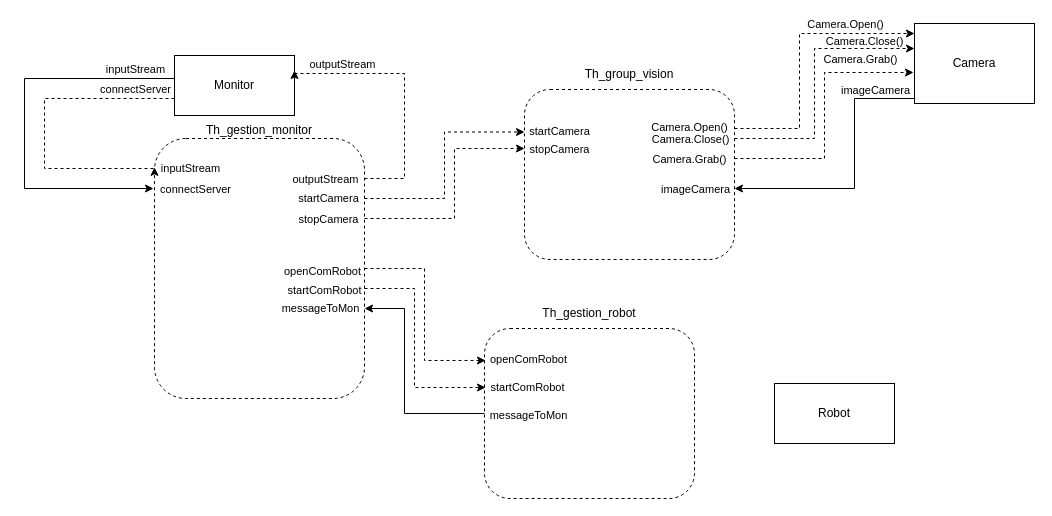
martemr/Projet_temps_reel keeps this draw.io diagram as Diagramme_fonctionnel_general.drawio. Above is the earlier version. Source tidied: cells renumbered, new cells numbered last; positions are measured from the earlier drawing's top-left corner, leaving out a move shared by most shapes. Both pictures are drawn from the tidied source at 100%, with x=0, y=0 at pixel (24, 23).
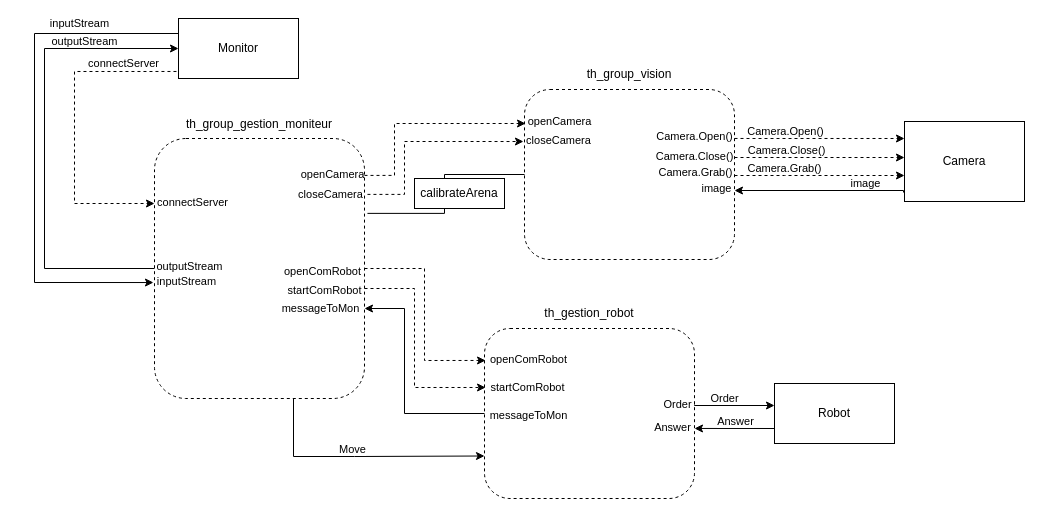
After the change.

The change refers to these unchanged cells:
```xml
<mxCell id="2" style="rounded=1;whiteSpace=wrap;html=1;dashed=1;" parent="1" vertex="1">
  <mxGeometry x="460" y="305" width="210" height="170" as="geometry" />
</mxCell>
<mxCell id="5" style="rounded=1;whiteSpace=wrap;html=1;dashed=1;" parent="1" vertex="1">
  <mxGeometry x="130" y="115" width="210" height="260" as="geometry" />
</mxCell>
<mxCell id="17" value="Robot" style="rounded=0;whiteSpace=wrap;html=1;" parent="1" vertex="1">
  <mxGeometry x="750" y="360" width="120" height="60" as="geometry" />
</mxCell>
<mxCell id="36" style="rounded=1;whiteSpace=wrap;html=1;dashed=1;" parent="1" vertex="1">
  <mxGeometry x="500" y="66" width="210" height="170" as="geometry" />
</mxCell>
```

Change to the diagram source:
```diff
@@
-    <mxCell id="6" style="edgeStyle=orthogonalEdgeStyle;rounded=0;jettySize=auto;html=1;entryX=0;entryY=0.347;entryDx=0;entryDy=0;entryPerimeter=0;dashed=1;startArrow=none;startFill=0;endArrow=classic;endFill=1;" parent="1" edge="1" source="5" target="36">
+    <mxCell id="6" style="edgeStyle=orthogonalEdgeStyle;rounded=0;jettySize=auto;html=1;entryX=-0.005;entryY=0.306;entryDx=0;entryDy=0;entryPerimeter=0;dashed=1;startArrow=none;startFill=0;endArrow=classic;endFill=1;exitX=1.014;exitY=0.215;exitDx=0;exitDy=0;exitPerimeter=0;" parent="1" edge="1" source="5" target="36">
       <mxGeometry relative="1" as="geometry">
         <Array as="points">
-          <mxPoint x="430" y="195" />
-          <mxPoint x="430" y="125" />
+          <mxPoint x="380" y="171" />
+          <mxPoint x="380" y="118" />
         </Array>
       </mxGeometry>
     </mxCell>
-    <mxCell id="7" value="&lt;div&gt;stopCamera&lt;/div&gt;" style="edgeLabel;html=1;align=center;verticalAlign=middle;" parent="6" vertex="1">
+    <mxCell id="7" value="openCamera" style="edgeLabel;html=1;align=center;verticalAlign=middle;" parent="6" vertex="1">
       <mxGeometry x="-0.24" y="-2" relative="1" as="geometry">
-        <mxPoint x="-124" y="-2" as="offset" />
+        <mxPoint x="-75" y="22" as="offset" />
       </mxGeometry>
     </mxCell>
-    <mxCell id="8" style="edgeStyle=orthogonalEdgeStyle;rounded=0;jettySize=auto;html=1;entryX=0;entryY=0.25;entryDx=0;entryDy=0;dashed=1;startArrow=none;startFill=0;endArrow=classic;endFill=1;" parent="1" edge="1" source="5" target="36">
+    <mxCell id="8" style="edgeStyle=orthogonalEdgeStyle;rounded=0;jettySize=auto;html=1;entryX=0.005;entryY=0.2;entryDx=0;entryDy=0;dashed=1;startArrow=none;startFill=0;endArrow=classic;endFill=1;exitX=1;exitY=0.142;exitDx=0;exitDy=0;exitPerimeter=0;entryPerimeter=0;" parent="1" edge="1" source="5" target="36">
       <mxGeometry relative="1" as="geometry">
         <Array as="points">
-          <mxPoint x="420" y="175" />
-          <mxPoint x="420" y="109" />
+          <mxPoint x="370" y="152" />
+          <mxPoint x="370" y="100" />
         </Array>
       </mxGeometry>
     </mxCell>
-    <mxCell id="9" value="&lt;div&gt;startCamera&lt;/div&gt;" style="edgeLabel;html=1;align=center;verticalAlign=middle;" parent="8" vertex="1">
+    <mxCell id="9" value="closeCamera" style="edgeLabel;html=1;align=center;verticalAlign=middle;" parent="8" vertex="1">
       <mxGeometry x="-0.64" y="4" relative="1" as="geometry">
-        <mxPoint x="-78" y="3" as="offset" />
+        <mxPoint x="-61" y="27" as="offset" />
       </mxGeometry>
     </mxCell>
@@
-    <mxCell id="12" style="edgeStyle=orthogonalEdgeStyle;rounded=0;jettySize=auto;html=1;entryX=0;entryY=0.111;entryDx=0;entryDy=0;startArrow=none;startFill=0;endArrow=classic;endFill=1;dashed=1;entryPerimeter=0;" parent="1" edge="1" source="16" target="5">
+    <mxCell id="12" style="edgeStyle=orthogonalEdgeStyle;rounded=0;jettySize=auto;html=1;entryX=0;entryY=0.25;entryDx=0;entryDy=0;startArrow=none;startFill=0;endArrow=classic;endFill=1;dashed=1;exitX=-0.017;exitY=0.883;exitDx=0;exitDy=0;exitPerimeter=0;" parent="1" edge="1" source="16" target="5">
       <mxGeometry relative="1" as="geometry">
         <Array as="points">
-          <mxPoint x="20" y="75" />
-          <mxPoint x="20" y="145" />
+          <mxPoint x="50" y="48" />
+          <mxPoint x="50" y="180" />
         </Array>
       </mxGeometry>
     </mxCell>
     <mxCell id="13" value="connectServer" style="edgeLabel;html=1;align=center;verticalAlign=middle;" parent="12" vertex="1">
       <mxGeometry x="-0.81" y="-2" relative="1" as="geometry">
-        <mxPoint x="-10" y="-8" as="offset" />
+        <mxPoint x="-23" y="-6" as="offset" />
       </mxGeometry>
     </mxCell>
-    <mxCell id="14" style="edgeStyle=orthogonalEdgeStyle;rounded=0;jettySize=auto;html=1;startArrow=none;startFill=0;endArrow=classic;endFill=1;" parent="1" edge="1" source="16">
+    <mxCell id="14" style="jettySize=auto;html=1;startArrow=none;startFill=0;endArrow=classic;endFill=1;entryX=-0.005;entryY=0.554;entryDx=0;entryDy=0;entryPerimeter=0;edgeStyle=orthogonalEdgeStyle;exitX=0;exitY=0.25;exitDx=0;exitDy=0;rounded=0;" parent="1" edge="1" source="16" target="5">
       <mxGeometry relative="1" as="geometry">
-        <mxPoint x="129" y="165" as="targetPoint" />
         <Array as="points">
-          <mxPoint y="55" />
-          <mxPoint y="165" />
-          <mxPoint x="129" y="165" />
+          <mxPoint x="10" y="10" />
+          <mxPoint x="10" y="259" />
         </Array>
       </mxGeometry>
     </mxCell>
     <mxCell id="15" value="inputStream" style="edgeLabel;html=1;align=center;verticalAlign=middle;" parent="14" vertex="1">
       <mxGeometry x="-0.6" relative="1" as="geometry">
-        <mxPoint x="38" y="-10" as="offset" />
+        <mxPoint x="2" y="-10" as="offset" />
       </mxGeometry>
     </mxCell>
     <mxCell id="16" value="&lt;div&gt;Monitor&lt;/div&gt;" style="rounded=0;whiteSpace=wrap;html=1;" parent="1" vertex="1">
-      <mxGeometry x="150" y="32" width="120" height="60" as="geometry" />
+      <mxGeometry x="154" y="-5" width="120" height="60" as="geometry" />
     </mxCell>
@@
-    <mxCell id="18" style="edgeStyle=orthogonalEdgeStyle;rounded=0;jettySize=auto;html=1;startArrow=none;startFill=0;endArrow=classic;endFill=1;" parent="1" edge="1" source="20" target="36">
+    <mxCell id="18" style="edgeStyle=orthogonalEdgeStyle;rounded=0;orthogonalLoop=1;jettySize=auto;html=1;startArrow=none;startFill=0;endArrow=classic;endFill=1;exitX=-0.008;exitY=0.863;exitDx=0;exitDy=0;exitPerimeter=0;" parent="1" edge="1">
       <mxGeometry relative="1" as="geometry">
+        <mxPoint x="879" y="169" as="sourcePoint" />
+        <mxPoint x="710" y="167" as="targetPoint" />
         <Array as="points">
-          <mxPoint x="830" y="75" />
-          <mxPoint x="830" y="165" />
+          <mxPoint x="879" y="167" />
         </Array>
       </mxGeometry>
     </mxCell>
-    <mxCell id="19" value="imageCamera" style="edgeLabel;html=1;align=center;verticalAlign=middle;" parent="18" vertex="1">
-      <mxGeometry x="-0.02" y="-1" relative="1" as="geometry">
-        <mxPoint x="21" y="-81" as="offset" />
-      </mxGeometry>
-    </mxCell>
+    <mxCell id="47" value="&lt;div&gt;image&lt;/div&gt;" style="edgeLabel;html=1;align=center;verticalAlign=middle;" parent="18" vertex="1">
+      <mxGeometry x="-0.57" y="-2" relative="1" as="geometry">
+        <mxPoint x="-4" y="-6" as="offset" />
+      </mxGeometry>
+    </mxCell>
     <mxCell id="20" value="&lt;div&gt;Camera&lt;/div&gt;" style="rounded=0;whiteSpace=wrap;html=1;" parent="1" vertex="1">
-      <mxGeometry x="890" width="120" height="80" as="geometry" />
+      <mxGeometry x="880" y="98" width="120" height="80" as="geometry" />
     </mxCell>
-    <mxCell id="21" style="edgeStyle=orthogonalEdgeStyle;rounded=0;jettySize=auto;html=1;entryX=1;entryY=0.25;entryDx=0;entryDy=0;dashed=1;startArrow=none;startFill=0;endArrow=classic;endFill=1;" parent="1" edge="1" source="5" target="16">
+    <mxCell id="21" style="edgeStyle=orthogonalEdgeStyle;rounded=0;jettySize=auto;html=1;startArrow=none;startFill=0;endArrow=classic;endFill=1;exitX=0;exitY=0.5;exitDx=0;exitDy=0;entryX=0;entryY=0.5;entryDx=0;entryDy=0;" parent="1" edge="1" source="5" target="16">
       <mxGeometry relative="1" as="geometry">
         <Array as="points">
-          <mxPoint x="380" y="155" />
-          <mxPoint x="380" y="50" />
-          <mxPoint x="270" y="50" />
+          <mxPoint x="20" y="245" />
+          <mxPoint x="20" y="25" />
         </Array>
       </mxGeometry>
     </mxCell>
     <mxCell id="22" value="outputStream" style="edgeLabel;html=1;align=center;verticalAlign=middle;" parent="21" vertex="1">
       <mxGeometry x="0.79" y="-3" relative="1" as="geometry">
-        <mxPoint x="23" y="-7" as="offset" />
+        <mxPoint x="-46" y="-11" as="offset" />
       </mxGeometry>
     </mxCell>
@@
     <mxCell id="25" value="inputStream" style="edgeLabel;html=1;align=center;verticalAlign=middle;" parent="1" vertex="1">
-      <mxGeometry x="173" y="151" as="geometry">
+      <mxGeometry x="169" y="264" as="geometry">
         <mxPoint x="-8" y="-7" as="offset" />
       </mxGeometry>
     </mxCell>
     <mxCell id="26" value="connectServer" style="edgeLabel;html=1;align=center;verticalAlign=middle;" parent="1" vertex="1">
-      <mxGeometry x="170" y="165" as="geometry" />
+      <mxGeometry x="167" y="178" as="geometry" />
     </mxCell>
-    <mxCell id="27" value="outputStream" style="edgeLabel;html=1;align=center;verticalAlign=middle;" parent="1" vertex="1">
-      <mxGeometry x="300" y="155" as="geometry" />
-    </mxCell>
-    <mxCell id="28" value="Th_gestion_monitor" style="text;html=1;strokeColor=none;fillColor=none;align=center;verticalAlign=middle;whiteSpace=wrap;rounded=0;dashed=1;" parent="1" vertex="1">
-      <mxGeometry x="155" y="92" width="160" height="30" as="geometry" />
+    <mxCell id="28" value="th_group_gestion_moniteur" style="text;html=1;strokeColor=none;fillColor=none;align=center;verticalAlign=middle;whiteSpace=wrap;rounded=0;dashed=1;" parent="1" vertex="1">
+      <mxGeometry x="155" y="86" width="160" height="30" as="geometry" />
     </mxCell>
@@
-    <mxCell id="31" style="edgeStyle=orthogonalEdgeStyle;rounded=0;jettySize=auto;html=1;startArrow=none;startFill=0;endArrow=classic;endFill=1;dashed=1;" parent="1" edge="1" source="36">
+    <mxCell id="31" style="rounded=0;jettySize=auto;html=1;startArrow=none;startFill=0;endArrow=classic;endFill=1;dashed=1;exitX=1;exitY=0.288;exitDx=0;exitDy=0;exitPerimeter=0;" parent="1" edge="1" source="36">
       <mxGeometry relative="1" as="geometry">
-        <mxPoint x="890" y="10" as="targetPoint" />
-        <Array as="points">
-          <mxPoint x="775" y="105" />
-          <mxPoint x="775" y="10" />
-          <mxPoint x="890" y="10" />
-        </Array>
+        <mxPoint x="880" y="115" as="targetPoint" />
       </mxGeometry>
     </mxCell>
-    <mxCell id="32" style="edgeStyle=orthogonalEdgeStyle;rounded=0;jettySize=auto;html=1;dashed=1;startArrow=none;startFill=0;endArrow=classic;endFill=1;" parent="1" edge="1" source="36">
+    <mxCell id="32" style="rounded=0;orthogonalLoop=1;jettySize=auto;html=1;dashed=1;startArrow=none;startFill=0;endArrow=classic;endFill=1;" parent="1" edge="1">
       <mxGeometry relative="1" as="geometry">
-        <mxPoint x="890" y="25" as="targetPoint" />
-        <Array as="points">
-          <mxPoint x="790" y="115" />
-          <mxPoint x="790" y="25" />
-        </Array>
+        <mxPoint x="710" y="134" as="sourcePoint" />
+        <mxPoint x="880" y="134" as="targetPoint" />
       </mxGeometry>
     </mxCell>
     <mxCell id="33" value="Camera.Close()" style="edgeLabel;html=1;align=center;verticalAlign=middle;" parent="32" vertex="1">
       <mxGeometry x="0.6" y="-4" relative="1" as="geometry">
-        <mxPoint x="3" y="-12" as="offset" />
+        <mxPoint x="-85" y="-12" as="offset" />
       </mxGeometry>
     </mxCell>
-    <mxCell id="34" style="edgeStyle=orthogonalEdgeStyle;rounded=0;jettySize=auto;html=1;dashed=1;startArrow=none;startFill=0;endArrow=classic;endFill=1;" parent="1" edge="1" source="36">
+    <mxCell id="34" style="edgeStyle=orthogonalEdgeStyle;rounded=0;orthogonalLoop=1;jettySize=auto;html=1;dashed=1;startArrow=none;startFill=0;endArrow=classic;endFill=1;exitX=1;exitY=0.5;exitDx=0;exitDy=0;entryX=0;entryY=0.663;entryDx=0;entryDy=0;entryPerimeter=0;" parent="1" edge="1">
       <mxGeometry relative="1" as="geometry">
-        <mxPoint x="889" y="49" as="targetPoint" />
+        <mxPoint x="710" y="152" as="sourcePoint" />
+        <mxPoint x="880" y="152" as="targetPoint" />
         <Array as="points">
-          <mxPoint x="800" y="135" />
-          <mxPoint x="800" y="49" />
+          <mxPoint x="760" y="152" />
+          <mxPoint x="760" y="152" />
         </Array>
       </mxGeometry>
     </mxCell>
     <mxCell id="35" value="Camera.Grab()" style="edgeLabel;html=1;align=center;verticalAlign=middle;" parent="34" vertex="1">
       <mxGeometry x="-0.3" y="-1" relative="1" as="geometry">
-        <mxPoint x="34" y="-97" as="offset" />
+        <mxPoint x="-10" y="-9" as="offset" />
       </mxGeometry>
     </mxCell>
@@
-    <mxCell id="37" value="&lt;div&gt;startCamera&lt;/div&gt;" style="edgeLabel;html=1;align=center;verticalAlign=middle;" parent="1" vertex="1">
-      <mxGeometry x="534" y="107" as="geometry" />
+    <mxCell id="37" value="&lt;div&gt;openCamera&lt;/div&gt;" style="edgeLabel;html=1;align=center;verticalAlign=middle;" parent="1" vertex="1">
+      <mxGeometry x="534" y="97" as="geometry" />
     </mxCell>
-    <mxCell id="38" value="&lt;div&gt;stopCamera&lt;/div&gt;" style="edgeLabel;html=1;align=center;verticalAlign=middle;" parent="1" vertex="1">
-      <mxGeometry x="534" y="125" as="geometry" />
+    <mxCell id="38" value="&lt;div&gt;closeCamera&lt;/div&gt;" style="edgeLabel;html=1;align=center;verticalAlign=middle;" parent="1" vertex="1">
+      <mxGeometry x="533" y="116" as="geometry" />
     </mxCell>
@@
     <mxCell id="40" value="Camera.Open()" style="edgeLabel;html=1;align=center;verticalAlign=middle;" parent="1" vertex="1">
-      <mxGeometry x="644" y="103" as="geometry">
+      <mxGeometry x="649" y="112" as="geometry">
         <mxPoint x="20" as="offset" />
       </mxGeometry>
     </mxCell>
     <mxCell id="41" value="Camera.Open()" style="edgeLabel;html=1;align=center;verticalAlign=middle;" parent="1" vertex="1">
-      <mxGeometry x="800" as="geometry">
+      <mxGeometry x="740" y="107" as="geometry">
         <mxPoint x="20" as="offset" />
       </mxGeometry>
     </mxCell>
     <mxCell id="42" value="Camera.Close()" style="edgeLabel;html=1;align=center;verticalAlign=middle;" parent="1" vertex="1">
-      <mxGeometry x="665" y="115" as="geometry" />
+      <mxGeometry x="669" y="132" as="geometry" />
     </mxCell>
     <mxCell id="43" value="Camera.Grab()" style="edgeLabel;html=1;align=center;verticalAlign=middle;" parent="1" vertex="1">
-      <mxGeometry x="664" y="135" as="geometry" />
+      <mxGeometry x="670" y="148" as="geometry" />
     </mxCell>
-    <mxCell id="44" value="imageCamera" style="edgeLabel;html=1;align=center;verticalAlign=middle;" parent="1" vertex="1">
-      <mxGeometry x="670" y="165" as="geometry" />
+    <mxCell id="44" value="image" style="edgeLabel;html=1;align=center;verticalAlign=middle;" parent="1" vertex="1">
+      <mxGeometry x="670" y="160" as="geometry">
+        <mxPoint x="21" y="4" as="offset" />
+      </mxGeometry>
     </mxCell>
-    <mxCell id="45" value="&lt;div&gt;Th_group_vision&lt;/div&gt;" style="text;html=1;strokeColor=none;fillColor=none;align=center;verticalAlign=middle;whiteSpace=wrap;rounded=0;dashed=1;" parent="1" vertex="1">
+    <mxCell id="45" value="&lt;div&gt;th_group_vision&lt;/div&gt;" style="text;html=1;strokeColor=none;fillColor=none;align=center;verticalAlign=middle;whiteSpace=wrap;rounded=0;dashed=1;" parent="1" vertex="1">
       <mxGeometry x="525" y="36" width="160" height="30" as="geometry" />
     </mxCell>
-    <mxCell id="46" value="Th_gestion_robot" style="text;html=1;strokeColor=none;fillColor=none;align=center;verticalAlign=middle;whiteSpace=wrap;rounded=0;dashed=1;" parent="1" vertex="1">
+    <mxCell id="46" value="th_gestion_robot" style="text;html=1;strokeColor=none;fillColor=none;align=center;verticalAlign=middle;whiteSpace=wrap;rounded=0;dashed=1;" parent="1" vertex="1">
       <mxGeometry x="485" y="275" width="160" height="30" as="geometry" />
     </mxCell>
+    <mxCell id="27" value="outputStream" style="edgeLabel;html=1;align=center;verticalAlign=middle;" parent="1" vertex="1">
+      <mxGeometry x="172" y="249" as="geometry">
+        <mxPoint x="-8" y="-7" as="offset" />
+      </mxGeometry>
+    </mxCell>
+    <mxCell id="48" value="Order" style="edgeStyle=orthogonalEdgeStyle;rounded=0;orthogonalLoop=1;jettySize=auto;html=1;startArrow=none;startFill=0;endArrow=classic;endFill=1;entryX=0;entryY=0.367;entryDx=0;entryDy=0;entryPerimeter=0;exitX=1;exitY=0.447;exitDx=0;exitDy=0;exitPerimeter=0;" parent="1" edge="1">
+      <mxGeometry x="-0.23" y="7" relative="1" as="geometry">
+        <mxPoint x="670" y="381" as="sourcePoint" />
+        <mxPoint x="750" y="382" as="targetPoint" />
+        <Array as="points">
+          <mxPoint x="670" y="382" />
+        </Array>
+      </mxGeometry>
+    </mxCell>
+    <mxCell id="49" value="Order" style="edgeLabel;html=1;align=center;verticalAlign=middle;" parent="48" vertex="1">
+      <mxGeometry x="-0.57" y="-2" relative="1" as="geometry">
+        <mxPoint x="-34" y="-4" as="offset" />
+      </mxGeometry>
+    </mxCell>
+    <mxCell id="50" style="endArrow=none;html=1;rounded=0;entryX=0;entryY=0.75;entryDx=0;entryDy=0;exitX=1;exitY=0.588;exitDx=0;exitDy=0;exitPerimeter=0;startArrow=classic;startFill=1;" parent="1" edge="1" source="2" target="17">
+      <mxGeometry x="-1" y="-20" relative="1" as="geometry">
+        <mxPoint x="-20" y="-20" as="offset" />
+      </mxGeometry>
+    </mxCell>
+    <mxCell id="51" value="Answer" style="edgeLabel;html=1;align=center;verticalAlign=middle;" parent="50" vertex="1">
+      <mxGeometry x="0.38" y="2" relative="1" as="geometry">
+        <mxPoint x="-15" y="-5" as="offset" />
+      </mxGeometry>
+    </mxCell>
+    <mxCell id="52" value="Answer" style="edgeLabel;html=1;align=center;verticalAlign=middle;" parent="50" vertex="1">
+      <mxGeometry x="-0.53" y="1" relative="1" as="geometry">
+        <mxPoint x="-42" as="offset" />
+      </mxGeometry>
+    </mxCell>
+    <mxCell id="53" style="endArrow=none;html=1;rounded=0;exitX=1.014;exitY=0.288;exitDx=0;exitDy=0;exitPerimeter=0;entryX=0;entryY=0.5;entryDx=0;entryDy=0;edgeStyle=orthogonalEdgeStyle;" parent="1" edge="1" source="5" target="36">
+      <mxGeometry relative="1" as="geometry" />
+    </mxCell>
+    <mxCell id="54" value="calibrateArena" style="rounded=0;whiteSpace=wrap;html=1;" parent="1" vertex="1">
+      <mxGeometry x="390" y="155" width="90" height="30" as="geometry" />
+    </mxCell>
+    <mxCell id="55" style="edgeStyle=orthogonalEdgeStyle;rounded=0;jettySize=auto;html=1;startArrow=none;startFill=0;endArrow=classic;endFill=1;entryX=0;entryY=0.75;entryDx=0;entryDy=0;" parent="1" edge="1" target="2">
+      <mxGeometry relative="1" as="geometry">
+        <mxPoint x="269" y="375" as="sourcePoint" />
+        <Array as="points">
+          <mxPoint x="269" y="433" />
+          <mxPoint x="330" y="433" />
+        </Array>
+      </mxGeometry>
+    </mxCell>
+    <mxCell id="56" value="Move" style="edgeLabel;html=1;align=center;verticalAlign=middle;" parent="55" vertex="1">
+      <mxGeometry x="-0.07" y="4" relative="1" as="geometry">
+        <mxPoint y="-4" as="offset" />
+      </mxGeometry>
+    </mxCell>
```
